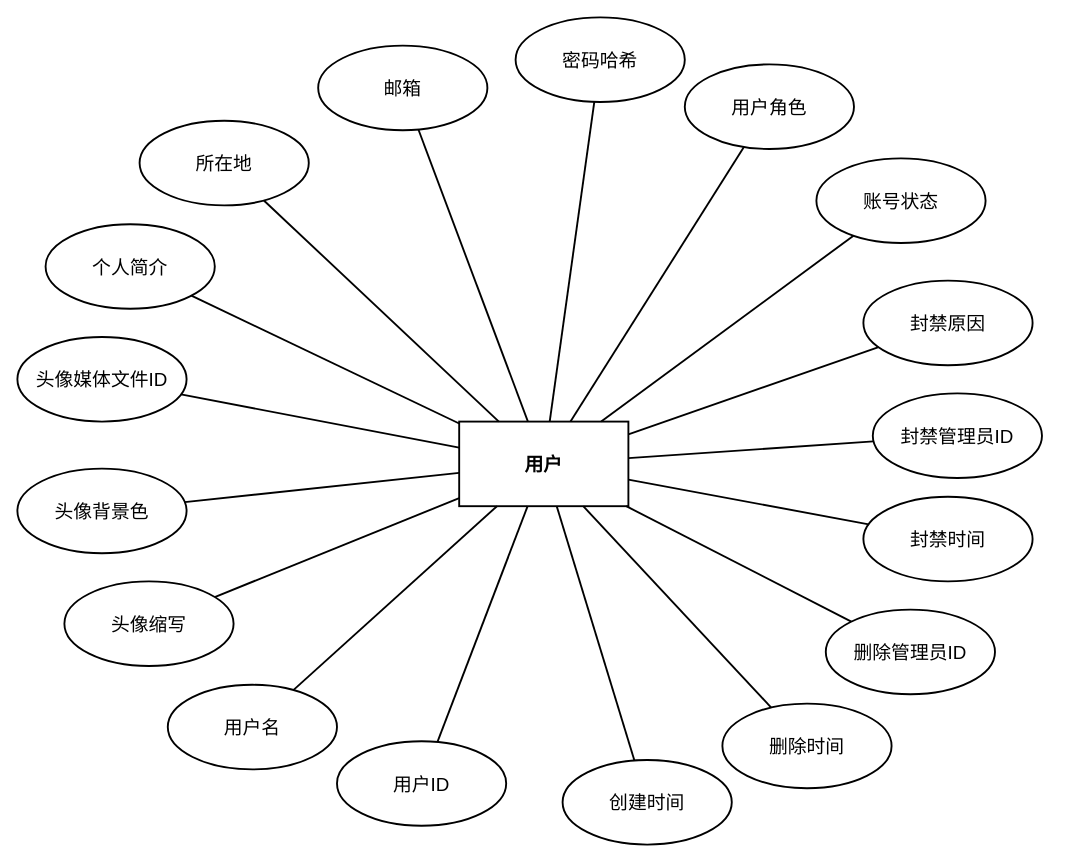
Earlier version of the draw.io diagram DOCS/architecture-diagrams/sources/实体图/users/users_entity.drawio (612cs/TrailQuest). Source tidied: cells renumbered, new cells numbered last; positions are measured from the earlier drawing's top-left corner, leaving out a move shared by most shapes. Both pictures are drawn from the tidied source at 94%, with x=0, y=0 at pixel (17, 17).
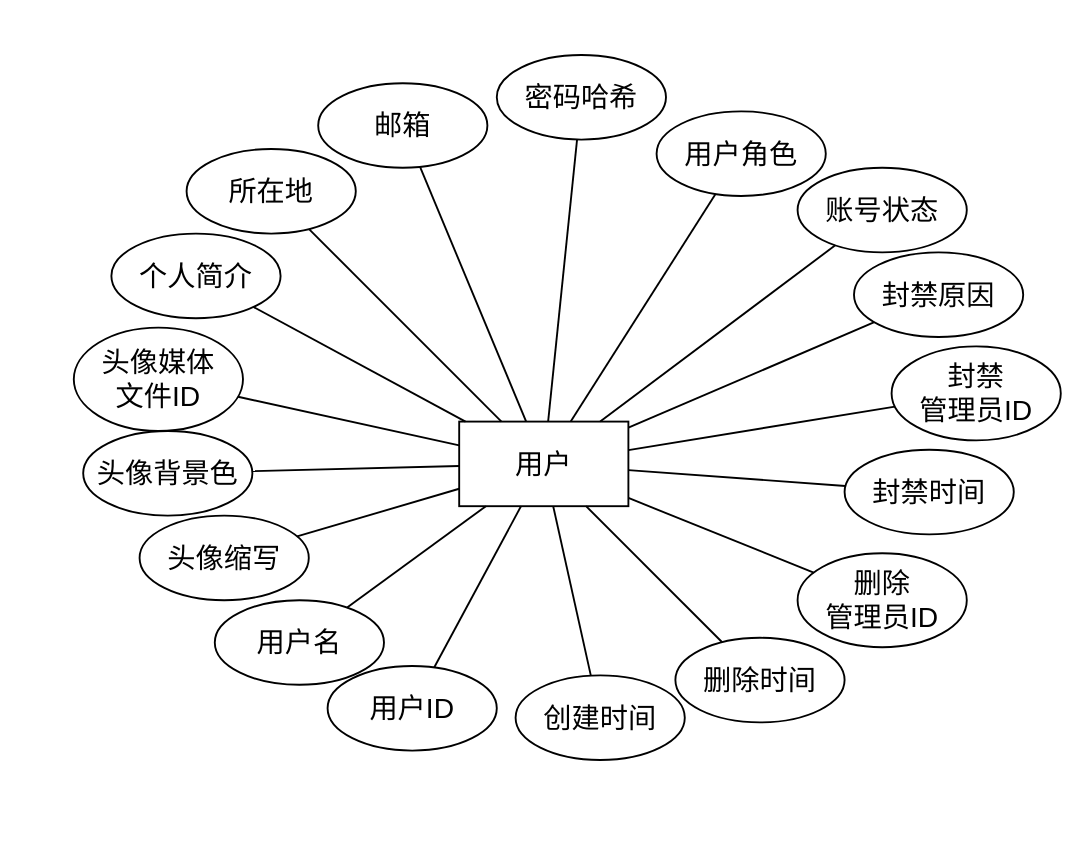
After the change.

The edit, as a diff of the source:
```diff
@@
-    <mxCell id="2" value="用户" style="rounded=0;whiteSpace=wrap;html=1;fillColor=none;strokeColor=#000000;fontColor=#000000;fontFamily=Arial;fontSize=20;fontStyle=1;align=center;verticalAlign=middle;strokeWidth=2;gradientColor=none;shadow=0;glass=0;" parent="1" vertex="1">
+    <mxCell id="2" value="用户" style="rounded=0;whiteSpace=wrap;html=1;fillColor=none;strokeColor=#000000;fontColor=#000000;fontFamily=Arial;fontSize=30;fontStyle=0;align=center;verticalAlign=middle;strokeWidth=2;gradientColor=none;shadow=0;glass=0;" parent="1" vertex="1">
       <mxGeometry x="470" y="430" width="180" height="90" as="geometry" />
     </mxCell>
-    <mxCell id="3" value="用户ID" style="ellipse;whiteSpace=wrap;html=1;fillColor=none;strokeColor=#000000;fontColor=#000000;fontFamily=Arial;fontSize=20;align=center;verticalAlign=middle;strokeWidth=2;gradientColor=none;shadow=0;glass=0;" parent="1" vertex="1">
-      <mxGeometry x="340" y="770" width="180" height="90" as="geometry" />
+    <mxCell id="3" value="用户ID" style="ellipse;whiteSpace=wrap;html=1;fillColor=none;strokeColor=#000000;fontColor=#000000;fontFamily=Arial;fontSize=30;align=center;verticalAlign=middle;strokeWidth=2;gradientColor=none;shadow=0;glass=0;fontStyle=0;" parent="1" vertex="1">
+      <mxGeometry x="330" y="690" width="180" height="90" as="geometry" />
     </mxCell>
-    <mxCell id="4" value="用户名" style="ellipse;whiteSpace=wrap;html=1;fillColor=none;strokeColor=#000000;fontColor=#000000;fontFamily=Arial;fontSize=20;align=center;verticalAlign=middle;strokeWidth=2;gradientColor=none;shadow=0;glass=0;" parent="1" vertex="1">
-      <mxGeometry x="160" y="710" width="180" height="90" as="geometry" />
+    <mxCell id="4" value="用户名" style="ellipse;whiteSpace=wrap;html=1;fillColor=none;strokeColor=#000000;fontColor=#000000;fontFamily=Arial;fontSize=30;align=center;verticalAlign=middle;strokeWidth=2;gradientColor=none;shadow=0;glass=0;fontStyle=0;" parent="1" vertex="1">
+      <mxGeometry x="210" y="620" width="180" height="90" as="geometry" />
     </mxCell>
-    <mxCell id="5" value="头像缩写" style="ellipse;whiteSpace=wrap;html=1;fillColor=none;strokeColor=#000000;fontColor=#000000;fontFamily=Arial;fontSize=20;align=center;verticalAlign=middle;strokeWidth=2;gradientColor=none;shadow=0;glass=0;" parent="1" vertex="1">
-      <mxGeometry x="50" y="600" width="180" height="90" as="geometry" />
+    <mxCell id="5" value="头像缩写" style="ellipse;whiteSpace=wrap;html=1;fillColor=none;strokeColor=#000000;fontColor=#000000;fontFamily=Arial;fontSize=30;align=center;verticalAlign=middle;strokeWidth=2;gradientColor=none;shadow=0;glass=0;fontStyle=0;" parent="1" vertex="1">
+      <mxGeometry x="130" y="530" width="180" height="90" as="geometry" />
     </mxCell>
-    <mxCell id="6" value="头像背景色" style="ellipse;whiteSpace=wrap;html=1;fillColor=none;strokeColor=#000000;fontColor=#000000;fontFamily=Arial;fontSize=20;align=center;verticalAlign=middle;strokeWidth=2;gradientColor=none;shadow=0;glass=0;" parent="1" vertex="1">
-      <mxGeometry y="480" width="180" height="90" as="geometry" />
+    <mxCell id="6" value="头像背景色" style="ellipse;whiteSpace=wrap;html=1;fillColor=none;strokeColor=#000000;fontColor=#000000;fontFamily=Arial;fontSize=30;align=center;verticalAlign=middle;strokeWidth=2;gradientColor=none;shadow=0;glass=0;fontStyle=0;" parent="1" vertex="1">
+      <mxGeometry x="70" y="440" width="180" height="90" as="geometry" />
     </mxCell>
-    <mxCell id="7" value="头像媒体文件ID" style="ellipse;whiteSpace=wrap;html=1;fillColor=none;strokeColor=#000000;fontColor=#000000;fontFamily=Arial;fontSize=20;align=center;verticalAlign=middle;strokeWidth=2;gradientColor=none;shadow=0;glass=0;" parent="1" vertex="1">
-      <mxGeometry y="340" width="180" height="90" as="geometry" />
+    <mxCell id="7" value="头像媒体&lt;div&gt;文件ID&lt;/div&gt;" style="ellipse;whiteSpace=wrap;html=1;fillColor=none;strokeColor=#000000;fontColor=#000000;fontFamily=Arial;fontSize=30;align=center;verticalAlign=middle;strokeWidth=2;gradientColor=none;shadow=0;glass=0;fontStyle=0;" parent="1" vertex="1">
+      <mxGeometry x="60" y="330" width="180" height="110" as="geometry" />
     </mxCell>
-    <mxCell id="8" value="个人简介" style="ellipse;whiteSpace=wrap;html=1;fillColor=none;strokeColor=#000000;fontColor=#000000;fontFamily=Arial;fontSize=20;align=center;verticalAlign=middle;strokeWidth=2;gradientColor=none;shadow=0;glass=0;" parent="1" vertex="1">
-      <mxGeometry x="30" y="220" width="180" height="90" as="geometry" />
+    <mxCell id="8" value="个人简介" style="ellipse;whiteSpace=wrap;html=1;fillColor=none;strokeColor=#000000;fontColor=#000000;fontFamily=Arial;fontSize=30;align=center;verticalAlign=middle;strokeWidth=2;gradientColor=none;shadow=0;glass=0;fontStyle=0;" parent="1" vertex="1">
+      <mxGeometry x="100" y="230" width="180" height="90" as="geometry" />
     </mxCell>
-    <mxCell id="9" value="所在地" style="ellipse;whiteSpace=wrap;html=1;fillColor=none;strokeColor=#000000;fontColor=#000000;fontFamily=Arial;fontSize=20;align=center;verticalAlign=middle;strokeWidth=2;gradientColor=none;shadow=0;glass=0;" parent="1" vertex="1">
-      <mxGeometry x="130" y="110" width="180" height="90" as="geometry" />
+    <mxCell id="9" value="所在地" style="ellipse;whiteSpace=wrap;html=1;fillColor=none;strokeColor=#000000;fontColor=#000000;fontFamily=Arial;fontSize=30;align=center;verticalAlign=middle;strokeWidth=2;gradientColor=none;shadow=0;glass=0;fontStyle=0;" parent="1" vertex="1">
+      <mxGeometry x="180" y="140" width="180" height="90" as="geometry" />
     </mxCell>
-    <mxCell id="10" value="邮箱" style="ellipse;whiteSpace=wrap;html=1;fillColor=none;strokeColor=#000000;fontColor=#000000;fontFamily=Arial;fontSize=20;align=center;verticalAlign=middle;strokeWidth=2;gradientColor=none;shadow=0;glass=0;" parent="1" vertex="1">
-      <mxGeometry x="320" y="30" width="180" height="90" as="geometry" />
+    <mxCell id="10" value="邮箱" style="ellipse;whiteSpace=wrap;html=1;fillColor=none;strokeColor=#000000;fontColor=#000000;fontFamily=Arial;fontSize=30;align=center;verticalAlign=middle;strokeWidth=2;gradientColor=none;shadow=0;glass=0;fontStyle=0;" parent="1" vertex="1">
+      <mxGeometry x="320" y="70" width="180" height="90" as="geometry" />
     </mxCell>
-    <mxCell id="11" value="密码哈希" style="ellipse;whiteSpace=wrap;html=1;fillColor=none;strokeColor=#000000;fontColor=#000000;fontFamily=Arial;fontSize=20;align=center;verticalAlign=middle;strokeWidth=2;gradientColor=none;shadow=0;glass=0;" parent="1" vertex="1">
-      <mxGeometry x="530" width="180" height="90" as="geometry" />
+    <mxCell id="11" value="密码哈希" style="ellipse;whiteSpace=wrap;html=1;fillColor=none;strokeColor=#000000;fontColor=#000000;fontFamily=Arial;fontSize=30;align=center;verticalAlign=middle;strokeWidth=2;gradientColor=none;shadow=0;glass=0;fontStyle=0;" parent="1" vertex="1">
+      <mxGeometry x="510" y="40" width="180" height="90" as="geometry" />
     </mxCell>
-    <mxCell id="12" value="用户角色" style="ellipse;whiteSpace=wrap;html=1;fillColor=none;strokeColor=#000000;fontColor=#000000;fontFamily=Arial;fontSize=20;align=center;verticalAlign=middle;strokeWidth=2;gradientColor=none;shadow=0;glass=0;" parent="1" vertex="1">
-      <mxGeometry x="710" y="50" width="180" height="90" as="geometry" />
+    <mxCell id="12" value="用户角色" style="ellipse;whiteSpace=wrap;html=1;fillColor=none;strokeColor=#000000;fontColor=#000000;fontFamily=Arial;fontSize=30;align=center;verticalAlign=middle;strokeWidth=2;gradientColor=none;shadow=0;glass=0;fontStyle=0;" parent="1" vertex="1">
+      <mxGeometry x="680" y="100" width="180" height="90" as="geometry" />
     </mxCell>
-    <mxCell id="13" value="账号状态" style="ellipse;whiteSpace=wrap;html=1;fillColor=none;strokeColor=#000000;fontColor=#000000;fontFamily=Arial;fontSize=20;align=center;verticalAlign=middle;strokeWidth=2;gradientColor=none;shadow=0;glass=0;" parent="1" vertex="1">
-      <mxGeometry x="850" y="150" width="180" height="90" as="geometry" />
+    <mxCell id="13" value="账号状态" style="ellipse;whiteSpace=wrap;html=1;fillColor=none;strokeColor=#000000;fontColor=#000000;fontFamily=Arial;fontSize=30;align=center;verticalAlign=middle;strokeWidth=2;gradientColor=none;shadow=0;glass=0;fontStyle=0;" parent="1" vertex="1">
+      <mxGeometry x="830" y="160" width="180" height="90" as="geometry" />
     </mxCell>
-    <mxCell id="14" value="封禁原因" style="ellipse;whiteSpace=wrap;html=1;fillColor=none;strokeColor=#000000;fontColor=#000000;fontFamily=Arial;fontSize=20;align=center;verticalAlign=middle;strokeWidth=2;gradientColor=none;shadow=0;glass=0;" parent="1" vertex="1">
-      <mxGeometry x="900" y="280" width="180" height="90" as="geometry" />
+    <mxCell id="14" value="封禁原因" style="ellipse;whiteSpace=wrap;html=1;fillColor=none;strokeColor=#000000;fontColor=#000000;fontFamily=Arial;fontSize=30;align=center;verticalAlign=middle;strokeWidth=2;gradientColor=none;shadow=0;glass=0;fontStyle=0;" parent="1" vertex="1">
+      <mxGeometry x="890" y="250" width="180" height="90" as="geometry" />
     </mxCell>
-    <mxCell id="15" value="封禁管理员ID" style="ellipse;whiteSpace=wrap;html=1;fillColor=none;strokeColor=#000000;fontColor=#000000;fontFamily=Arial;fontSize=20;align=center;verticalAlign=middle;strokeWidth=2;gradientColor=none;shadow=0;glass=0;" parent="1" vertex="1">
-      <mxGeometry x="910" y="400" width="180" height="90" as="geometry" />
+    <mxCell id="15" value="封禁&lt;div&gt;管理员ID&lt;/div&gt;" style="ellipse;whiteSpace=wrap;html=1;fillColor=none;strokeColor=#000000;fontColor=#000000;fontFamily=Arial;fontSize=30;align=center;verticalAlign=middle;strokeWidth=2;gradientColor=none;shadow=0;glass=0;fontStyle=0;" parent="1" vertex="1">
+      <mxGeometry x="930" y="350" width="180" height="100" as="geometry" />
     </mxCell>
-    <mxCell id="16" value="封禁时间" style="ellipse;whiteSpace=wrap;html=1;fillColor=none;strokeColor=#000000;fontColor=#000000;fontFamily=Arial;fontSize=20;align=center;verticalAlign=middle;strokeWidth=2;gradientColor=none;shadow=0;glass=0;" parent="1" vertex="1">
-      <mxGeometry x="900" y="510" width="180" height="90" as="geometry" />
+    <mxCell id="16" value="封禁时间" style="ellipse;whiteSpace=wrap;html=1;fillColor=none;strokeColor=#000000;fontColor=#000000;fontFamily=Arial;fontSize=30;align=center;verticalAlign=middle;strokeWidth=2;gradientColor=none;shadow=0;glass=0;fontStyle=0;" parent="1" vertex="1">
+      <mxGeometry x="880" y="460" width="180" height="90" as="geometry" />
     </mxCell>
-    <mxCell id="17" value="删除管理员ID" style="ellipse;whiteSpace=wrap;html=1;fillColor=none;strokeColor=#000000;fontColor=#000000;fontFamily=Arial;fontSize=20;align=center;verticalAlign=middle;strokeWidth=2;gradientColor=none;shadow=0;glass=0;" parent="1" vertex="1">
-      <mxGeometry x="860" y="630" width="180" height="90" as="geometry" />
+    <mxCell id="17" value="删除&lt;div&gt;管理员ID&lt;/div&gt;" style="ellipse;whiteSpace=wrap;html=1;fillColor=none;strokeColor=#000000;fontColor=#000000;fontFamily=Arial;fontSize=30;align=center;verticalAlign=middle;strokeWidth=2;gradientColor=none;shadow=0;glass=0;fontStyle=0;" parent="1" vertex="1">
+      <mxGeometry x="830" y="570" width="180" height="100" as="geometry" />
     </mxCell>
-    <mxCell id="18" value="删除时间" style="ellipse;whiteSpace=wrap;html=1;fillColor=none;strokeColor=#000000;fontColor=#000000;fontFamily=Arial;fontSize=20;align=center;verticalAlign=middle;strokeWidth=2;gradientColor=none;shadow=0;glass=0;" parent="1" vertex="1">
-      <mxGeometry x="750" y="730" width="180" height="90" as="geometry" />
+    <mxCell id="18" value="删除时间" style="ellipse;whiteSpace=wrap;html=1;fillColor=none;strokeColor=#000000;fontColor=#000000;fontFamily=Arial;fontSize=30;align=center;verticalAlign=middle;strokeWidth=2;gradientColor=none;shadow=0;glass=0;fontStyle=0;" parent="1" vertex="1">
+      <mxGeometry x="700" y="660" width="180" height="90" as="geometry" />
     </mxCell>
-    <mxCell id="19" value="创建时间" style="ellipse;whiteSpace=wrap;html=1;fillColor=none;strokeColor=#000000;fontColor=#000000;fontFamily=Arial;fontSize=20;align=center;verticalAlign=middle;strokeWidth=2;gradientColor=none;shadow=0;glass=0;" parent="1" vertex="1">
-      <mxGeometry x="580" y="790" width="180" height="90" as="geometry" />
+    <mxCell id="19" value="创建时间" style="ellipse;whiteSpace=wrap;html=1;fillColor=none;strokeColor=#000000;fontColor=#000000;fontFamily=Arial;fontSize=30;align=center;verticalAlign=middle;strokeWidth=2;gradientColor=none;shadow=0;glass=0;fontStyle=0;" parent="1" vertex="1">
+      <mxGeometry x="530" y="700" width="180" height="90" as="geometry" />
     </mxCell>
-    <mxCell id="20" style="endArrow=none;html=1;rounded=0;strokeColor=#000000;strokeWidth=2;" parent="1" edge="1" source="2" target="3">
+    <mxCell id="20" style="endArrow=none;html=1;rounded=0;strokeColor=#000000;strokeWidth=2;fontStyle=0;fontSize=30;" parent="1" edge="1" source="2" target="3">
       <mxGeometry relative="1" as="geometry" />
     </mxCell>
-    <mxCell id="21" style="endArrow=none;html=1;rounded=0;strokeColor=#000000;strokeWidth=2;" parent="1" edge="1" source="2" target="4">
+    <mxCell id="21" style="endArrow=none;html=1;rounded=0;strokeColor=#000000;strokeWidth=2;fontStyle=0;fontSize=30;" parent="1" edge="1" source="2" target="4">
       <mxGeometry relative="1" as="geometry" />
     </mxCell>
-    <mxCell id="22" style="endArrow=none;html=1;rounded=0;strokeColor=#000000;strokeWidth=2;" parent="1" edge="1" source="2" target="5">
+    <mxCell id="22" style="endArrow=none;html=1;rounded=0;strokeColor=#000000;strokeWidth=2;fontStyle=0;fontSize=30;" parent="1" edge="1" source="2" target="5">
       <mxGeometry relative="1" as="geometry" />
     </mxCell>
-    <mxCell id="23" style="endArrow=none;html=1;rounded=0;strokeColor=#000000;strokeWidth=2;" parent="1" edge="1" source="2" target="6">
+    <mxCell id="23" style="endArrow=none;html=1;rounded=0;strokeColor=#000000;strokeWidth=2;fontStyle=0;fontSize=30;" parent="1" edge="1" source="2" target="6">
       <mxGeometry relative="1" as="geometry" />
     </mxCell>
-    <mxCell id="24" style="endArrow=none;html=1;rounded=0;strokeColor=#000000;strokeWidth=2;" parent="1" edge="1" source="2" target="7">
+    <mxCell id="24" style="endArrow=none;html=1;rounded=0;strokeColor=#000000;strokeWidth=2;fontStyle=0;fontSize=30;" parent="1" edge="1" source="2" target="7">
       <mxGeometry relative="1" as="geometry" />
     </mxCell>
-    <mxCell id="25" style="endArrow=none;html=1;rounded=0;strokeColor=#000000;strokeWidth=2;" parent="1" edge="1" source="2" target="8">
+    <mxCell id="25" style="endArrow=none;html=1;rounded=0;strokeColor=#000000;strokeWidth=2;fontStyle=0;fontSize=30;" parent="1" edge="1" source="2" target="8">
       <mxGeometry relative="1" as="geometry" />
     </mxCell>
-    <mxCell id="26" style="endArrow=none;html=1;rounded=0;strokeColor=#000000;strokeWidth=2;" parent="1" edge="1" source="2" target="9">
+    <mxCell id="26" style="endArrow=none;html=1;rounded=0;strokeColor=#000000;strokeWidth=2;fontStyle=0;fontSize=30;" parent="1" edge="1" source="2" target="9">
       <mxGeometry relative="1" as="geometry" />
     </mxCell>
-    <mxCell id="27" style="endArrow=none;html=1;rounded=0;strokeColor=#000000;strokeWidth=2;" parent="1" edge="1" source="2" target="10">
+    <mxCell id="27" style="endArrow=none;html=1;rounded=0;strokeColor=#000000;strokeWidth=2;fontStyle=0;fontSize=30;" parent="1" edge="1" source="2" target="10">
       <mxGeometry relative="1" as="geometry" />
     </mxCell>
-    <mxCell id="28" style="endArrow=none;html=1;rounded=0;strokeColor=#000000;strokeWidth=2;" parent="1" edge="1" source="2" target="11">
+    <mxCell id="28" style="endArrow=none;html=1;rounded=0;strokeColor=#000000;strokeWidth=2;fontStyle=0;fontSize=30;" parent="1" edge="1" source="2" target="11">
       <mxGeometry relative="1" as="geometry" />
     </mxCell>
-    <mxCell id="29" style="endArrow=none;html=1;rounded=0;strokeColor=#000000;strokeWidth=2;" parent="1" edge="1" source="2" target="12">
+    <mxCell id="29" style="endArrow=none;html=1;rounded=0;strokeColor=#000000;strokeWidth=2;fontStyle=0;fontSize=30;" parent="1" edge="1" source="2" target="12">
       <mxGeometry relative="1" as="geometry" />
     </mxCell>
-    <mxCell id="30" style="endArrow=none;html=1;rounded=0;strokeColor=#000000;strokeWidth=2;" parent="1" edge="1" source="2" target="13">
+    <mxCell id="30" style="endArrow=none;html=1;rounded=0;strokeColor=#000000;strokeWidth=2;fontStyle=0;fontSize=30;" parent="1" edge="1" source="2" target="13">
       <mxGeometry relative="1" as="geometry" />
     </mxCell>
-    <mxCell id="31" style="endArrow=none;html=1;rounded=0;strokeColor=#000000;strokeWidth=2;" parent="1" edge="1" source="2" target="14">
+    <mxCell id="31" style="endArrow=none;html=1;rounded=0;strokeColor=#000000;strokeWidth=2;fontStyle=0;fontSize=30;" parent="1" edge="1" source="2" target="14">
       <mxGeometry relative="1" as="geometry" />
     </mxCell>
-    <mxCell id="32" style="endArrow=none;html=1;rounded=0;strokeColor=#000000;strokeWidth=2;" parent="1" edge="1" source="2" target="15">
+    <mxCell id="32" style="endArrow=none;html=1;rounded=0;strokeColor=#000000;strokeWidth=2;fontStyle=0;fontSize=30;" parent="1" edge="1" source="2" target="15">
       <mxGeometry relative="1" as="geometry" />
     </mxCell>
-    <mxCell id="33" style="endArrow=none;html=1;rounded=0;strokeColor=#000000;strokeWidth=2;" parent="1" edge="1" source="2" target="16">
+    <mxCell id="33" style="endArrow=none;html=1;rounded=0;strokeColor=#000000;strokeWidth=2;fontStyle=0;fontSize=30;" parent="1" edge="1" source="2" target="16">
       <mxGeometry relative="1" as="geometry" />
     </mxCell>
-    <mxCell id="34" style="endArrow=none;html=1;rounded=0;strokeColor=#000000;strokeWidth=2;" parent="1" edge="1" source="2" target="17">
+    <mxCell id="34" style="endArrow=none;html=1;rounded=0;strokeColor=#000000;strokeWidth=2;fontStyle=0;fontSize=30;" parent="1" edge="1" source="2" target="17">
       <mxGeometry relative="1" as="geometry" />
     </mxCell>
-    <mxCell id="35" style="endArrow=none;html=1;rounded=0;strokeColor=#000000;strokeWidth=2;" parent="1" edge="1" source="2" target="18">
+    <mxCell id="35" style="endArrow=none;html=1;rounded=0;strokeColor=#000000;strokeWidth=2;fontStyle=0;fontSize=30;" parent="1" edge="1" source="2" target="18">
       <mxGeometry relative="1" as="geometry" />
     </mxCell>
-    <mxCell id="36" style="endArrow=none;html=1;rounded=0;strokeColor=#000000;strokeWidth=2;" parent="1" edge="1" source="2" target="19">
+    <mxCell id="36" style="endArrow=none;html=1;rounded=0;strokeColor=#000000;strokeWidth=2;fontStyle=0;fontSize=30;" parent="1" edge="1" source="2" target="19">
       <mxGeometry relative="1" as="geometry" />
     </mxCell>
```
